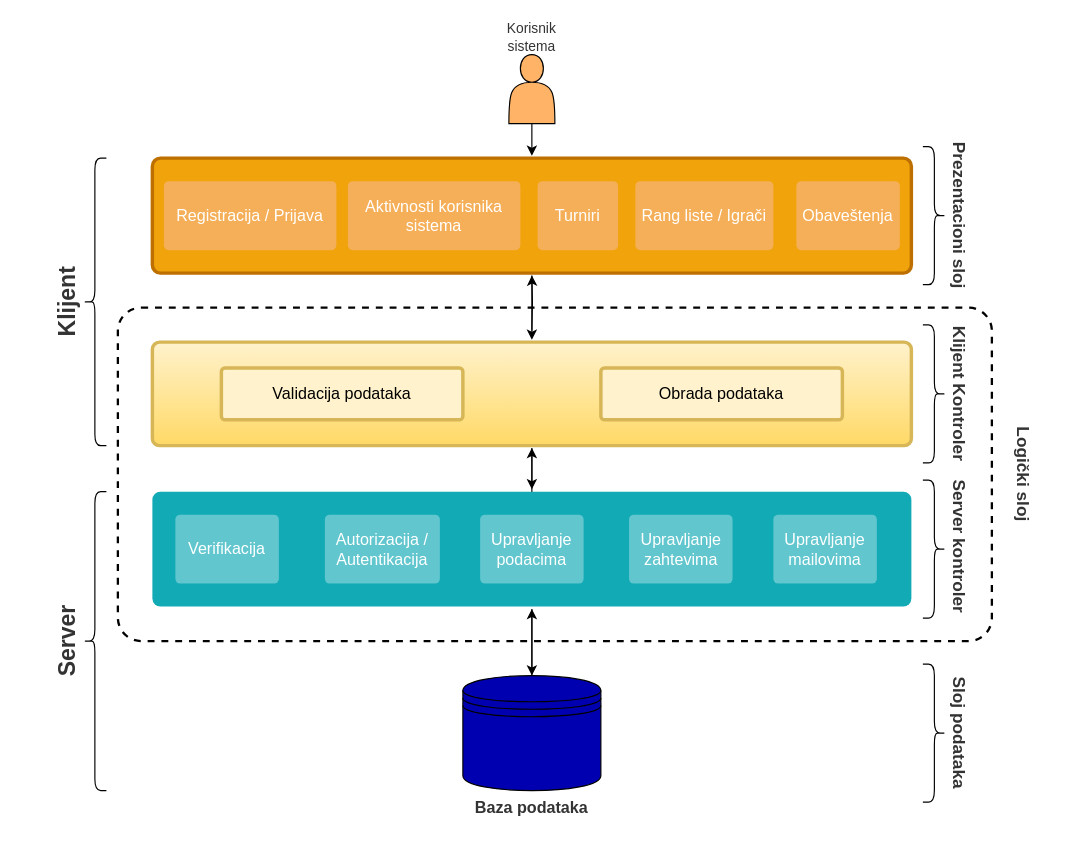
This is Dijagrami/Arhitektura/VPP_DRAWIO/Arhitektura.drawio from apekovic/InformacioniSistemTeniskiSavez, a draw.io file, before an edit. Source tidied: cells renumbered, new cells numbered last; positions are measured from the earlier drawing's top-left corner, leaving out a move shared by most shapes. Both pictures are drawn from the tidied source at 115%, with x=0, y=0 at pixel (-15, 20).
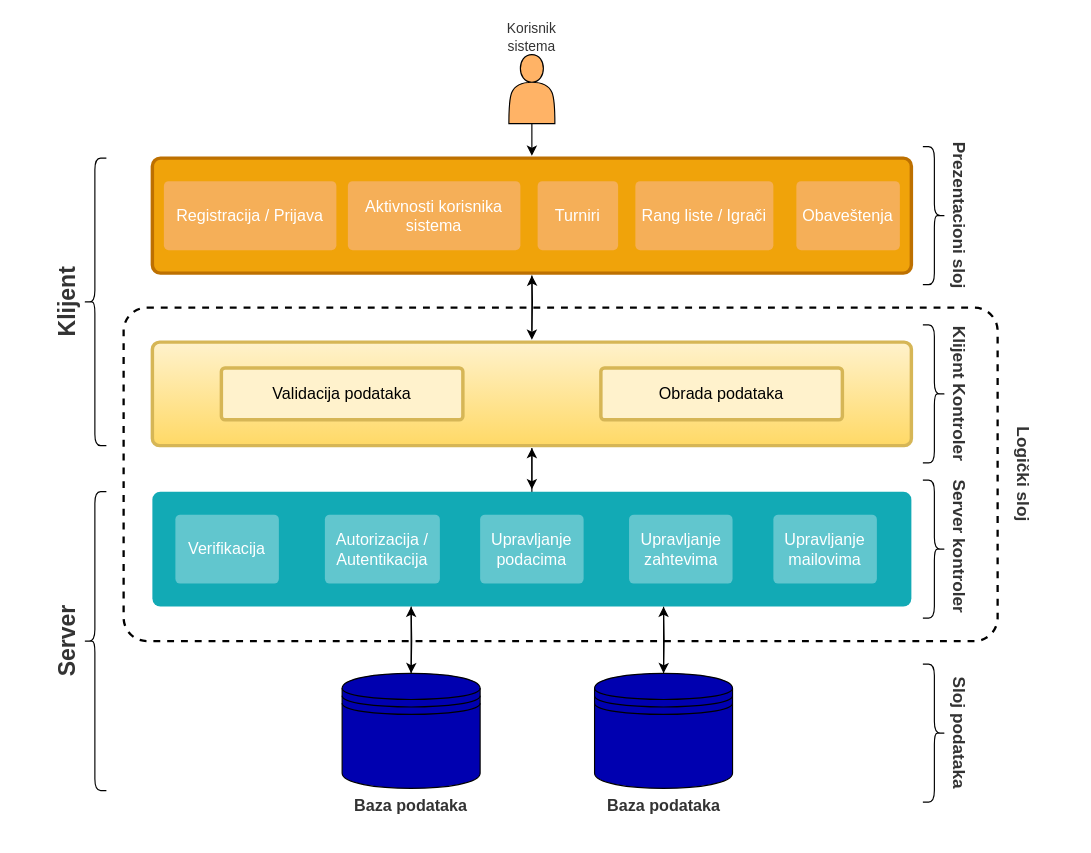
After the change.

The change refers to these unchanged cells:
```xml
<mxCell id="16" style="rounded=1;whiteSpace=wrap;html=1;shadow=0;labelBackgroundColor=none;strokeColor=none;strokeWidth=3;fillColor=#12aab5;fontFamily=Helvetica;fontSize=14;fontColor=#FFFFFF;align=center;spacing=5;fontStyle=1;arcSize=7;perimeterSpacing=2;" parent="1" vertex="1">
  <mxGeometry x="145" y="410" width="660" height="100" as="geometry" />
</mxCell>
```

Diff of the diagram source:
```diff
@@
-    <mxCell id="15" style="edgeStyle=orthogonalEdgeStyle;rounded=0;jettySize=auto;html=1;exitX=0.5;exitY=1;exitDx=0;exitDy=0;fontColor=#A9C4EB;entryX=0.5;entryY=0;entryDx=0;entryDy=0;" parent="1" edge="1" source="16" target="22">
-      <mxGeometry relative="1" as="geometry" />
+    <mxCell id="15" style="edgeStyle=orthogonalEdgeStyle;rounded=0;jettySize=auto;html=1;exitX=0.5;exitY=1;exitDx=0;exitDy=0;fontColor=#A9C4EB;entryX=0.5;entryY=0;entryDx=0;entryDy=0;" parent="1" edge="1" target="22">
+      <mxGeometry relative="1" as="geometry">
+        <mxPoint x="589.5" y="510" as="sourcePoint" />
+      </mxGeometry>
     </mxCell>
@@
-    <mxCell id="21" style="edgeStyle=orthogonalEdgeStyle;rounded=0;jettySize=auto;html=1;fontSize=20;fontColor=#333333;exitX=0.5;exitY=0;exitDx=0;exitDy=0;" parent="1" edge="1" source="22" target="16">
+    <mxCell id="21" style="edgeStyle=orthogonalEdgeStyle;rounded=0;jettySize=auto;html=1;fontSize=20;fontColor=#333333;exitX=0.5;exitY=0;exitDx=0;exitDy=0;" parent="1" edge="1" source="22">
       <mxGeometry relative="1" as="geometry">
+        <mxPoint x="589.5" y="510" as="targetPoint" />
         <Array as="points">
-          <mxPoint x="475" y="550" />
-          <mxPoint x="475" y="550" />
+          <mxPoint x="589.5" y="548" />
+          <mxPoint x="589.5" y="548" />
         </Array>
       </mxGeometry>
     </mxCell>
     <mxCell id="22" style="shape=datastore;whiteSpace=wrap;html=1;fontColor=#A9C4EB;fillColor=#0000B0;" parent="1" vertex="1">
-      <mxGeometry x="415" y="570" width="120" height="100" as="geometry" />
+      <mxGeometry x="529.5" y="568" width="120" height="100" as="geometry" />
     </mxCell>
     <mxCell id="23" value="&lt;h3&gt;&lt;b&gt;&lt;font color=&quot;#333333&quot;&gt;Baza podataka&lt;/font&gt;&lt;/b&gt;&lt;/h3&gt;" style="text;html=1;strokeColor=none;fillColor=none;align=center;verticalAlign=middle;whiteSpace=wrap;rounded=0;fontColor=none;" parent="1" vertex="1">
-      <mxGeometry x="415" y="670" width="120" height="30" as="geometry" />
+      <mxGeometry x="529.5" y="668" width="120" height="30" as="geometry" />
     </mxCell>
@@
     <mxCell id="40" style="rounded=1;whiteSpace=wrap;html=1;shadow=0;labelBackgroundColor=none;strokeWidth=2;fillColor=none;fontFamily=Helvetica;fontSize=14;align=center;spacing=5;fontStyle=1;arcSize=7;perimeterSpacing=3;dashed=1;" parent="1" vertex="1">
-      <mxGeometry x="115" y="250" width="760" height="290" as="geometry" />
+      <mxGeometry x="120" y="250" width="760" height="290" as="geometry" />
     </mxCell>
@@
+    <mxCell id="42" style="edgeStyle=orthogonalEdgeStyle;rounded=0;jettySize=auto;html=1;exitX=0.5;exitY=1;exitDx=0;exitDy=0;fontColor=#A9C4EB;entryX=0.5;entryY=0;entryDx=0;entryDy=0;" parent="1" edge="1" target="44">
+      <mxGeometry relative="1" as="geometry">
+        <mxPoint x="370" y="510" as="sourcePoint" />
+      </mxGeometry>
+    </mxCell>
+    <mxCell id="43" style="edgeStyle=orthogonalEdgeStyle;rounded=0;jettySize=auto;html=1;fontSize=20;fontColor=#333333;exitX=0.5;exitY=0;exitDx=0;exitDy=0;" parent="1" edge="1" source="44">
+      <mxGeometry relative="1" as="geometry">
+        <mxPoint x="370" y="510" as="targetPoint" />
+        <Array as="points">
+          <mxPoint x="370" y="548" />
+          <mxPoint x="370" y="548" />
+        </Array>
+      </mxGeometry>
+    </mxCell>
+    <mxCell id="44" style="shape=datastore;whiteSpace=wrap;html=1;fontColor=#A9C4EB;fillColor=#0000B0;" parent="1" vertex="1">
+      <mxGeometry x="310" y="568" width="120" height="100" as="geometry" />
+    </mxCell>
+    <mxCell id="45" value="&lt;h3&gt;&lt;b&gt;&lt;font color=&quot;#333333&quot;&gt;Baza podataka&lt;/font&gt;&lt;/b&gt;&lt;/h3&gt;" style="text;html=1;strokeColor=none;fillColor=none;align=center;verticalAlign=middle;whiteSpace=wrap;rounded=0;fontColor=none;" parent="1" vertex="1">
+      <mxGeometry x="310" y="668" width="120" height="30" as="geometry" />
+    </mxCell>
```
